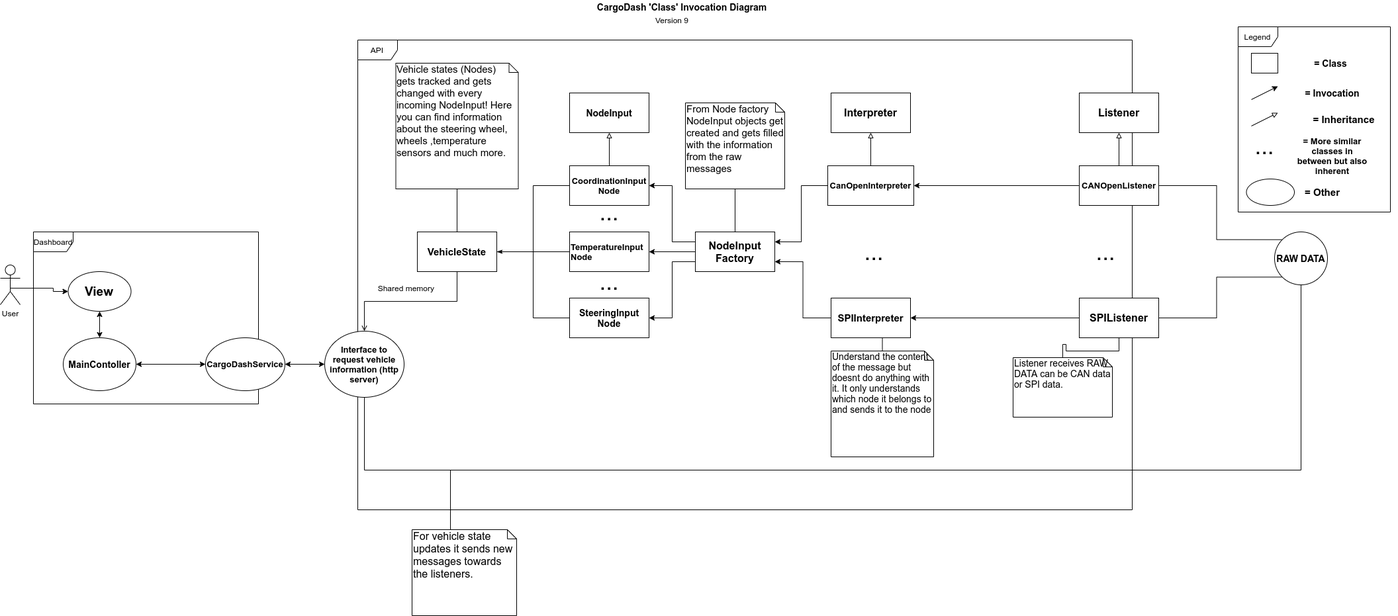
Earlier version of the draw.io export img/api_cargodash_v9.png (ZeroPoint095/CargoDash). Source tidied: cells renumbered, new cells last; positions are measured from the earlier drawing's top-left corner, leaving out a move shared by most shapes.
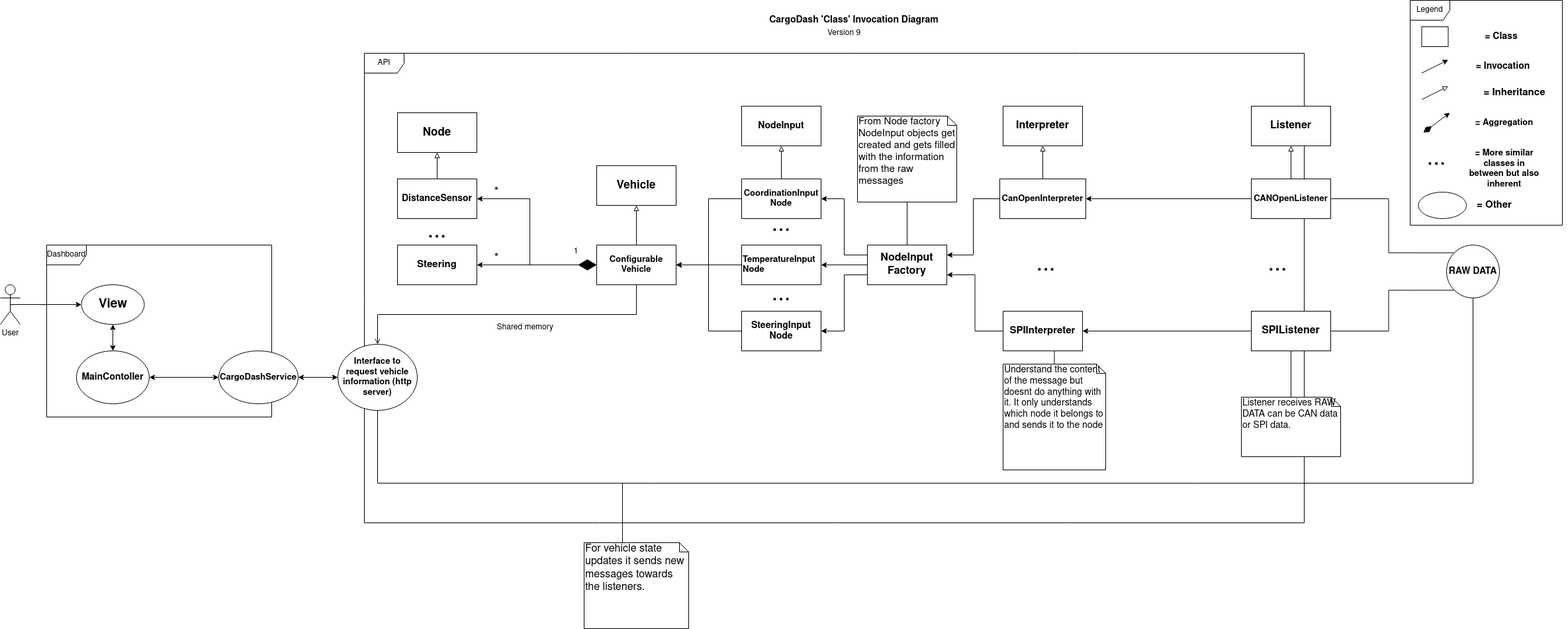
After the commit.

Diff of the diagram source:
```diff
@@ -3,10 +3,10 @@
     <mxCell id="0" />
     <mxCell id="1" parent="0" />
     <mxCell id="2" value="API" style="shape=umlFrame;whiteSpace=wrap;html=1;" parent="1" vertex="1">
-      <mxGeometry x="540" y="60" width="1170" height="710" as="geometry" />
+      <mxGeometry x="290" y="60" width="1420" height="710" as="geometry" />
     </mxCell>
     <mxCell id="3" value="Dashboard" style="shape=umlFrame;whiteSpace=wrap;html=1;" parent="1" vertex="1">
-      <mxGeometry x="50" y="350" width="340" height="260" as="geometry" />
+      <mxGeometry x="-190" y="350" width="340" height="260" as="geometry" />
     </mxCell>
     <mxCell id="4" style="edgeStyle=orthogonalEdgeStyle;rounded=0;jettySize=auto;html=1;exitX=0;exitY=0.5;exitDx=0;exitDy=0;entryX=1;entryY=0.5;entryDx=0;entryDy=0;" parent="1" edge="1" source="5" target="11">
       <mxGeometry relative="1" as="geometry" />
@@ -47,17 +47,14 @@
     <mxCell id="16" value="&lt;font style=&quot;font-size: 14px&quot;&gt;Understand the content of the message but doesnt do anything with it. It only understands which node it belongs to and sends it to the node&lt;/font&gt;" style="shape=note;whiteSpace=wrap;html=1;size=14;verticalAlign=top;align=left;spacingTop=-6;" parent="1" vertex="1">
       <mxGeometry x="1255" y="530" width="155" height="160" as="geometry" />
     </mxCell>
-    <mxCell id="17" style="edgeStyle=orthogonalEdgeStyle;rounded=0;jettySize=auto;html=1;exitX=0;exitY=0.5;exitDx=0;exitDy=0;entryX=1;entryY=0.5;entryDx=0;entryDy=0;endArrow=classicThin;endFill=1;" parent="1" edge="1" source="18" target="20">
-      <mxGeometry relative="1" as="geometry" />
-    </mxCell>
     <mxCell id="18" value="&lt;b&gt;&lt;font style=&quot;font-size: 13px&quot;&gt;CoordinationInput&lt;br&gt;Node&lt;/font&gt;&lt;/b&gt;" style="rounded=0;whiteSpace=wrap;html=1;" parent="1" vertex="1">
       <mxGeometry x="860" y="250" width="120" height="60" as="geometry" />
     </mxCell>
     <mxCell id="19" style="edgeStyle=orthogonalEdgeStyle;rounded=0;jettySize=auto;html=1;exitX=0.5;exitY=1;exitDx=0;exitDy=0;entryX=0.5;entryY=0;entryDx=0;entryDy=0;endArrow=open;endFill=0;fontSize=20;startArrow=none;startFill=0;" parent="1" edge="1" source="20" target="26">
       <mxGeometry relative="1" as="geometry" />
     </mxCell>
-    <mxCell id="20" value="&lt;b&gt;&lt;font style=&quot;font-size: 15px&quot;&gt;VehicleState&lt;/font&gt;&lt;/b&gt;" style="rounded=0;whiteSpace=wrap;html=1;" parent="1" vertex="1">
-      <mxGeometry x="630" y="350" width="120" height="60" as="geometry" />
+    <mxCell id="20" value="&lt;div&gt;&lt;b&gt;&lt;font style=&quot;font-size: 13px&quot;&gt;Configurable&lt;/font&gt;&lt;/b&gt;&lt;/div&gt;&lt;div&gt;&lt;b&gt;&lt;font style=&quot;font-size: 13px&quot;&gt;Vehicle&lt;/font&gt;&lt;/b&gt;&lt;/div&gt;" style="rounded=0;whiteSpace=wrap;html=1;" parent="1" vertex="1">
+      <mxGeometry x="641" y="350" width="120" height="60" as="geometry" />
     </mxCell>
     <mxCell id="21" style="edgeStyle=orthogonalEdgeStyle;rounded=0;jettySize=auto;html=1;exitX=0;exitY=0;exitDx=0;exitDy=0;entryX=1;entryY=0.5;entryDx=0;entryDy=0;endArrow=none;endFill=0;" parent="1" edge="1" source="23" target="5">
       <mxGeometry relative="1" as="geometry" />
@@ -68,29 +65,15 @@
     <mxCell id="23" value="&lt;b&gt;&lt;font style=&quot;font-size: 14px&quot;&gt;RAW DATA&lt;/font&gt;&lt;/b&gt;" style="ellipse;whiteSpace=wrap;html=1;" parent="1" vertex="1">
       <mxGeometry x="1925" y="350" width="80" height="80" as="geometry" />
     </mxCell>
-    <mxCell id="24" style="edgeStyle=orthogonalEdgeStyle;rounded=0;jettySize=auto;html=1;exitX=0.5;exitY=1;exitDx=0;exitDy=0;exitPerimeter=0;entryX=0.5;entryY=0;entryDx=0;entryDy=0;endArrow=none;endFill=0;" parent="1" edge="1" source="25" target="20">
-      <mxGeometry relative="1" as="geometry" />
-    </mxCell>
-    <mxCell id="25" value="&lt;font style=&quot;font-size: 15px&quot;&gt;Vehicle states (Nodes)&lt;br&gt;gets tracked and gets changed with every incoming NodeInput! Here you can find information about the steering wheel, wheels ,temperature sensors and much more.&lt;/font&gt;" style="shape=note;whiteSpace=wrap;html=1;size=14;verticalAlign=top;align=left;spacingTop=-6;" parent="1" vertex="1">
-      <mxGeometry x="597.5" y="95" width="185" height="190" as="geometry" />
-    </mxCell>
     <mxCell id="26" value="&lt;b&gt;&lt;font style=&quot;font-size: 13px&quot;&gt;Interface to request vehicle information (http server)&lt;/font&gt;&lt;/b&gt;" style="rounded=1;whiteSpace=wrap;html=1;arcSize=121;" parent="1" vertex="1">
-      <mxGeometry x="490" y="500" width="120" height="100" as="geometry" />
+      <mxGeometry x="250" y="500" width="120" height="100" as="geometry" />
     </mxCell>
-    <mxCell id="27" style="edgeStyle=orthogonalEdgeStyle;rounded=0;jettySize=auto;html=1;startArrow=classic;startFill=1;endArrow=classic;endFill=1;fontSize=35;" parent="1" edge="1" target="26">
-      <mxGeometry relative="1" as="geometry">
-        <mxPoint x="430" y="550" as="sourcePoint" />
-      </mxGeometry>
+    <mxCell id="27" style="edgeStyle=orthogonalEdgeStyle;rounded=0;jettySize=auto;html=1;startArrow=classic;startFill=1;endArrow=classic;endFill=1;fontSize=35;exitX=1;exitY=0.5;exitDx=0;exitDy=0;" parent="1" edge="1" source="65" target="26">
+      <mxGeometry relative="1" as="geometry" />
     </mxCell>
-    <mxCell id="28" style="edgeStyle=orthogonalEdgeStyle;rounded=0;jettySize=auto;html=1;exitX=0;exitY=0.5;exitDx=0;exitDy=0;startArrow=none;startFill=0;endArrow=none;endFill=0;fontSize=12;" parent="1" edge="1" source="29" target="20">
-      <mxGeometry relative="1" as="geometry" />
-    </mxCell>
     <mxCell id="29" value="&lt;div style=&quot;font-size: 13px&quot;&gt;&lt;b&gt;&lt;font style=&quot;font-size: 13px&quot;&gt;TemperatureInput&lt;/font&gt;&lt;/b&gt;&lt;/div&gt;&lt;div style=&quot;font-size: 13px&quot;&gt;&lt;b&gt;&lt;font style=&quot;font-size: 13px&quot;&gt;Node&lt;/font&gt;&lt;/b&gt;&lt;/div&gt;" style="rounded=0;whiteSpace=wrap;html=1;fontSize=35;align=left;" parent="1" vertex="1">
       <mxGeometry x="860" y="350" width="120" height="60" as="geometry" />
     </mxCell>
-    <mxCell id="30" style="edgeStyle=orthogonalEdgeStyle;rounded=0;jettySize=auto;html=1;exitX=0;exitY=0.5;exitDx=0;exitDy=0;entryX=1;entryY=0.5;entryDx=0;entryDy=0;startArrow=none;startFill=0;endArrow=none;endFill=0;fontSize=12;" parent="1" edge="1" source="31" target="20">
-      <mxGeometry relative="1" as="geometry" />
-    </mxCell>
     <mxCell id="31" value="&lt;b&gt;&lt;font style=&quot;font-size: 14px&quot;&gt;SteeringInput&lt;br&gt;Node&lt;/font&gt;&lt;/b&gt;" style="rounded=0;whiteSpace=wrap;html=1;fontSize=12;" parent="1" vertex="1">
       <mxGeometry x="860" y="450" width="120" height="60" as="geometry" />
     </mxCell>
@@ -101,19 +84,19 @@
       <mxGeometry x="900" y="310" width="40" height="20" as="geometry" />
     </mxCell>
     <mxCell id="34" style="rounded=0;whiteSpace=wrap;html=1;fontSize=12;" parent="1" vertex="1">
-      <mxGeometry x="1890" y="80" width="40" height="30" as="geometry" />
+      <mxGeometry x="1887.5" y="20" width="40" height="30" as="geometry" />
     </mxCell>
     <mxCell id="35" value="&lt;b&gt;&lt;font style=&quot;font-size: 14px&quot;&gt;= Class&lt;/font&gt;&lt;/b&gt;" style="text;html=1;strokeColor=none;fillColor=none;align=center;verticalAlign=middle;whiteSpace=wrap;rounded=0;fontSize=12;" parent="1" vertex="1">
-      <mxGeometry x="1950" y="85" width="120" height="20" as="geometry" />
+      <mxGeometry x="1947.5" y="25" width="120" height="20" as="geometry" />
     </mxCell>
     <mxCell id="36" style="endArrow=classic;html=1;fontSize=12;" parent="1" edge="1">
       <mxGeometry relative="1" as="geometry">
-        <mxPoint x="1890" y="150" as="sourcePoint" />
-        <mxPoint x="1930" y="130" as="targetPoint" />
+        <mxPoint x="1887.5" y="90" as="sourcePoint" />
+        <mxPoint x="1927.5" y="70" as="targetPoint" />
       </mxGeometry>
     </mxCell>
     <mxCell id="37" value="&lt;b&gt;&lt;font style=&quot;font-size: 14px&quot;&gt;= Invocation&lt;/font&gt;&lt;/b&gt;" style="text;html=1;strokeColor=none;fillColor=none;align=center;verticalAlign=middle;whiteSpace=wrap;rounded=0;fontSize=12;" parent="1" vertex="1">
-      <mxGeometry x="1955" y="130" width="115" height="20" as="geometry" />
+      <mxGeometry x="1952.5" y="70" width="115" height="20" as="geometry" />
     </mxCell>
     <mxCell id="38" value="&lt;b&gt;&lt;font style=&quot;font-size: 13px&quot;&gt;= More similar classes in between but also inherent&lt;/font&gt;&lt;/b&gt;" style="text;html=1;strokeColor=none;fillColor=none;align=center;verticalAlign=middle;whiteSpace=wrap;rounded=0;fontSize=12;" parent="1" vertex="1">
       <mxGeometry x="1955" y="230" width="115" height="10" as="geometry" />
@@ -165,30 +148,29 @@
     </mxCell>
     <mxCell id="54" style="endArrow=classic;startArrow=classic;html=1;entryX=0;entryY=0.5;entryDx=0;entryDy=0;exitX=1;exitY=0.5;exitDx=0;exitDy=0;" parent="1" edge="1" source="66">
       <mxGeometry relative="1" as="geometry">
-        <mxPoint x="310" y="550" as="targetPoint" />
+        <mxPoint x="70" y="550" as="targetPoint" />
       </mxGeometry>
     </mxCell>
     <mxCell id="55" style="edgeStyle=orthogonalEdgeStyle;rounded=0;jettySize=auto;html=1;exitX=0.5;exitY=0.5;exitDx=0;exitDy=0;exitPerimeter=0;endArrow=classic;endFill=1;strokeColor=#000000;" parent="1" edge="1" source="56" target="67">
       <mxGeometry relative="1" as="geometry">
         <Array as="points">
-          <mxPoint x="15" y="435" />
-          <mxPoint x="80" y="435" />
-          <mxPoint x="80" y="440" />
+          <mxPoint x="-190" y="440" />
+          <mxPoint x="-190" y="440" />
         </Array>
       </mxGeometry>
     </mxCell>
     <mxCell id="56" value="User" style="shape=umlActor;verticalLabelPosition=bottom;verticalAlign=top;html=1;outlineConnect=0;" parent="1" vertex="1">
-      <mxGeometry y="400" width="30" height="60" as="geometry" />
+      <mxGeometry x="-260" y="410" width="30" height="60" as="geometry" />
     </mxCell>
     <mxCell id="57" style="endArrow=classic;startArrow=classic;html=1;strokeColor=#000000;exitX=0.5;exitY=0;exitDx=0;exitDy=0;entryX=0.5;entryY=1;entryDx=0;entryDy=0;entryPerimeter=0;" parent="1" edge="1" source="66">
       <mxGeometry relative="1" as="geometry">
-        <mxPoint x="150" y="470" as="targetPoint" />
+        <mxPoint x="-90" y="470" as="targetPoint" />
       </mxGeometry>
     </mxCell>
     <mxCell id="58" style="endArrow=none;html=1;exitX=0.5;exitY=1;exitDx=0;exitDy=0;entryX=0.5;entryY=1;entryDx=0;entryDy=0;rounded=0;endFill=0;" parent="1" edge="1" source="26" target="23">
       <mxGeometry relative="1" as="geometry">
         <Array as="points">
-          <mxPoint x="550" y="710" />
+          <mxPoint x="310" y="710" />
           <mxPoint x="1965" y="710" />
         </Array>
       </mxGeometry>
@@ -202,28 +184,28 @@
       </mxGeometry>
     </mxCell>
     <mxCell id="61" value="Legend" style="shape=umlFrame;whiteSpace=wrap;html=1;fontSize=12;" parent="1" vertex="1">
-      <mxGeometry x="1870" y="40" width="230" height="280" as="geometry" />
+      <mxGeometry x="1870" y="-20" width="230" height="340" as="geometry" />
     </mxCell>
     <mxCell id="62" style="endArrow=block;html=1;fontSize=12;endFill=0;" parent="1" edge="1">
       <mxGeometry relative="1" as="geometry">
-        <mxPoint x="1890" y="190" as="sourcePoint" />
-        <mxPoint x="1930" y="170" as="targetPoint" />
+        <mxPoint x="1887.5" y="130" as="sourcePoint" />
+        <mxPoint x="1927.5" y="110" as="targetPoint" />
       </mxGeometry>
     </mxCell>
     <mxCell id="63" value="&lt;b&gt;&lt;font style=&quot;font-size: 15px&quot;&gt;= Inheritance&lt;/font&gt;&lt;/b&gt;" style="text;html=1;strokeColor=none;fillColor=none;align=center;verticalAlign=middle;whiteSpace=wrap;rounded=0;fontSize=12;" parent="1" vertex="1">
-      <mxGeometry x="1950" y="170" width="160" height="20" as="geometry" />
+      <mxGeometry x="1947.5" y="110" width="160" height="20" as="geometry" />
     </mxCell>
     <mxCell id="64" value="&lt;font style=&quot;font-size: 14px&quot;&gt;Listener receives RAW DATA can be CAN data or SPI data.&lt;/font&gt;" style="shape=note;whiteSpace=wrap;html=1;size=14;verticalAlign=top;align=left;spacingTop=-6;" parent="1" vertex="1">
-      <mxGeometry x="1530" y="540" width="150" height="90" as="geometry" />
+      <mxGeometry x="1615" y="580" width="150" height="90" as="geometry" />
     </mxCell>
     <mxCell id="65" value="&lt;b&gt;&lt;font style=&quot;font-size: 13px&quot;&gt;CargoDashService&lt;/font&gt;&lt;/b&gt;" style="ellipse;whiteSpace=wrap;html=1;" parent="1" vertex="1">
-      <mxGeometry x="310" y="510" width="120" height="80" as="geometry" />
+      <mxGeometry x="70" y="510" width="120" height="80" as="geometry" />
     </mxCell>
     <mxCell id="66" value="&lt;b&gt;&lt;font style=&quot;font-size: 14px&quot;&gt;MainContoller&lt;/font&gt;&lt;/b&gt;" style="ellipse;whiteSpace=wrap;html=1;" parent="1" vertex="1">
-      <mxGeometry x="95" y="510" width="110" height="80" as="geometry" />
+      <mxGeometry x="-145" y="510" width="110" height="80" as="geometry" />
     </mxCell>
     <mxCell id="67" value="&lt;b&gt;&lt;font style=&quot;font-size: 19px&quot;&gt;View&lt;/font&gt;&lt;/b&gt;" style="ellipse;whiteSpace=wrap;html=1;" parent="1" vertex="1">
-      <mxGeometry x="102.5" y="410" width="95" height="60" as="geometry" />
+      <mxGeometry x="-137.5" y="410" width="95" height="60" as="geometry" />
     </mxCell>
     <mxCell id="68" style="ellipse;whiteSpace=wrap;html=1;" parent="1" vertex="1">
       <mxGeometry x="1882.5" y="270" width="72.5" height="40" as="geometry" />
@@ -232,7 +214,76 @@
       <mxGeometry x="1965" y="280" width="65" height="20" as="geometry" />
     </mxCell>
     <mxCell id="70" value="Shared memory&amp;nbsp;" style="text;html=1;strokeColor=none;fillColor=none;align=center;verticalAlign=middle;whiteSpace=wrap;rounded=0;" parent="1" vertex="1">
-      <mxGeometry x="550" y="430" width="130" height="10" as="geometry" />
+      <mxGeometry x="470" y="470" width="130" height="10" as="geometry" />
     </mxCell>
+    <mxCell id="71" value="&lt;b&gt;&lt;font style=&quot;font-size: 17px&quot;&gt;Vehicle&lt;/font&gt;&lt;/b&gt;" style="rounded=0;whiteSpace=wrap;html=1;" parent="1" vertex="1">
+      <mxGeometry x="641" y="230" width="120" height="60" as="geometry" />
+    </mxCell>
+    <mxCell id="72" style="endArrow=block;html=1;entryX=0.5;entryY=1;entryDx=0;entryDy=0;endFill=0;" parent="1" edge="1" source="20" target="71">
+      <mxGeometry relative="1" as="geometry" />
+    </mxCell>
+    <mxCell id="73" value="&lt;font size=&quot;1&quot;&gt;&lt;b style=&quot;font-size: 17px&quot;&gt;Node&lt;/b&gt;&lt;/font&gt;" style="rounded=0;whiteSpace=wrap;html=1;" parent="1" vertex="1">
+      <mxGeometry x="340" y="150" width="120" height="60" as="geometry" />
+    </mxCell>
+    <mxCell id="74" value="&lt;font style=&quot;font-size: 14px&quot;&gt;&lt;b&gt;DistanceSensor&lt;/b&gt;&lt;/font&gt;" style="rounded=0;whiteSpace=wrap;html=1;" parent="1" vertex="1">
+      <mxGeometry x="340" y="250" width="120" height="60" as="geometry" />
+    </mxCell>
+    <mxCell id="75" value="&lt;font style=&quot;font-size: 15px&quot;&gt;&lt;b&gt;Steering&lt;/b&gt;&lt;/font&gt;" style="rounded=0;whiteSpace=wrap;html=1;" parent="1" vertex="1">
+      <mxGeometry x="340" y="350" width="120" height="60" as="geometry" />
+    </mxCell>
+    <mxCell id="76" style="endArrow=block;html=1;entryX=0.5;entryY=1;entryDx=0;entryDy=0;exitX=0.5;exitY=0;exitDx=0;exitDy=0;endFill=0;" parent="1" edge="1" source="74" target="73">
+      <mxGeometry relative="1" as="geometry" />
+    </mxCell>
+    <mxCell id="77" value="&lt;div style=&quot;font-size: 35px;&quot;&gt;...&lt;/div&gt;" style="text;html=1;strokeColor=none;fillColor=none;align=center;verticalAlign=middle;whiteSpace=wrap;rounded=0;fontSize=35;" parent="1" vertex="1">
+      <mxGeometry x="380" y="320" width="40" height="20" as="geometry" />
+    </mxCell>
+    <mxCell id="78" style="endArrow=none;html=1;exitX=1;exitY=0.5;exitDx=0;exitDy=0;entryX=0;entryY=0.5;entryDx=0;entryDy=0;startArrow=classic;startFill=1;endFill=0;" parent="1" edge="1" source="20" target="29">
+      <mxGeometry relative="1" as="geometry" />
+    </mxCell>
+    <mxCell id="17" style="endArrow=classic;html=1;entryX=1;entryY=0.5;entryDx=0;entryDy=0;exitX=0;exitY=0.5;exitDx=0;exitDy=0;rounded=0;" parent="1" edge="1" source="18" target="20">
+      <mxGeometry relative="1" as="geometry">
+        <Array as="points">
+          <mxPoint x="810" y="280" />
+          <mxPoint x="810" y="380" />
+        </Array>
+      </mxGeometry>
+    </mxCell>
+    <mxCell id="30" style="endArrow=classic;html=1;entryX=1;entryY=0.5;entryDx=0;entryDy=0;exitX=0;exitY=0.5;exitDx=0;exitDy=0;rounded=0;" parent="1" edge="1" source="31" target="20">
+      <mxGeometry relative="1" as="geometry">
+        <Array as="points">
+          <mxPoint x="810" y="480" />
+          <mxPoint x="810" y="380" />
+        </Array>
+      </mxGeometry>
+    </mxCell>
+    <mxCell id="79" style="endArrow=classic;html=1;entryX=1;entryY=0.5;entryDx=0;entryDy=0;exitX=0;exitY=0.5;exitDx=0;exitDy=0;startArrow=diamondThin;startFill=1;endSize=6;startSize=25;" parent="1" edge="1" source="20" target="75">
+      <mxGeometry relative="1" as="geometry" />
+    </mxCell>
+    <mxCell id="80" style="endArrow=classic;html=1;entryX=1;entryY=0.5;entryDx=0;entryDy=0;exitX=0;exitY=0.5;exitDx=0;exitDy=0;startArrow=diamondThin;startFill=1;endSize=6;startSize=25;rounded=0;" parent="1" edge="1" source="20" target="74">
+      <mxGeometry relative="1" as="geometry">
+        <Array as="points">
+          <mxPoint x="540" y="380" />
+          <mxPoint x="540" y="280" />
+        </Array>
+      </mxGeometry>
+    </mxCell>
+    <mxCell id="81" value="1" style="text;html=1;strokeColor=none;fillColor=none;align=center;verticalAlign=middle;whiteSpace=wrap;rounded=0;" parent="1" vertex="1">
+      <mxGeometry x="590" y="350" width="40" height="20" as="geometry" />
+    </mxCell>
+    <mxCell id="82" value="&lt;font style=&quot;font-size: 18px&quot;&gt;*&lt;/font&gt;" style="text;html=1;strokeColor=none;fillColor=none;align=center;verticalAlign=middle;whiteSpace=wrap;rounded=0;" parent="1" vertex="1">
+      <mxGeometry x="470" y="360" width="40" height="20" as="geometry" />
+    </mxCell>
+    <mxCell id="83" value="&lt;font style=&quot;font-size: 18px&quot;&gt;*&lt;/font&gt;" style="text;html=1;strokeColor=none;fillColor=none;align=center;verticalAlign=middle;whiteSpace=wrap;rounded=0;" parent="1" vertex="1">
+      <mxGeometry x="470" y="260" width="40" height="20" as="geometry" />
+    </mxCell>
+    <mxCell id="84" style="endArrow=classic;html=1;startArrow=diamondThin;startFill=1;startSize=13;" parent="1" edge="1">
+      <mxGeometry relative="1" as="geometry">
+        <mxPoint x="1890" y="180" as="sourcePoint" />
+        <mxPoint x="1930" y="150" as="targetPoint" />
+      </mxGeometry>
+    </mxCell>
+    <mxCell id="85" value="&lt;font style=&quot;font-size: 13px&quot;&gt;&lt;b&gt;= Aggregation&lt;/b&gt;&lt;/font&gt;" style="text;html=1;strokeColor=none;fillColor=none;align=center;verticalAlign=middle;whiteSpace=wrap;rounded=0;" parent="1" vertex="1">
+      <mxGeometry x="1965" y="155" width="95" height="20" as="geometry" />
+    </mxCell>
   </root>
 </mxGraphModel>
```
